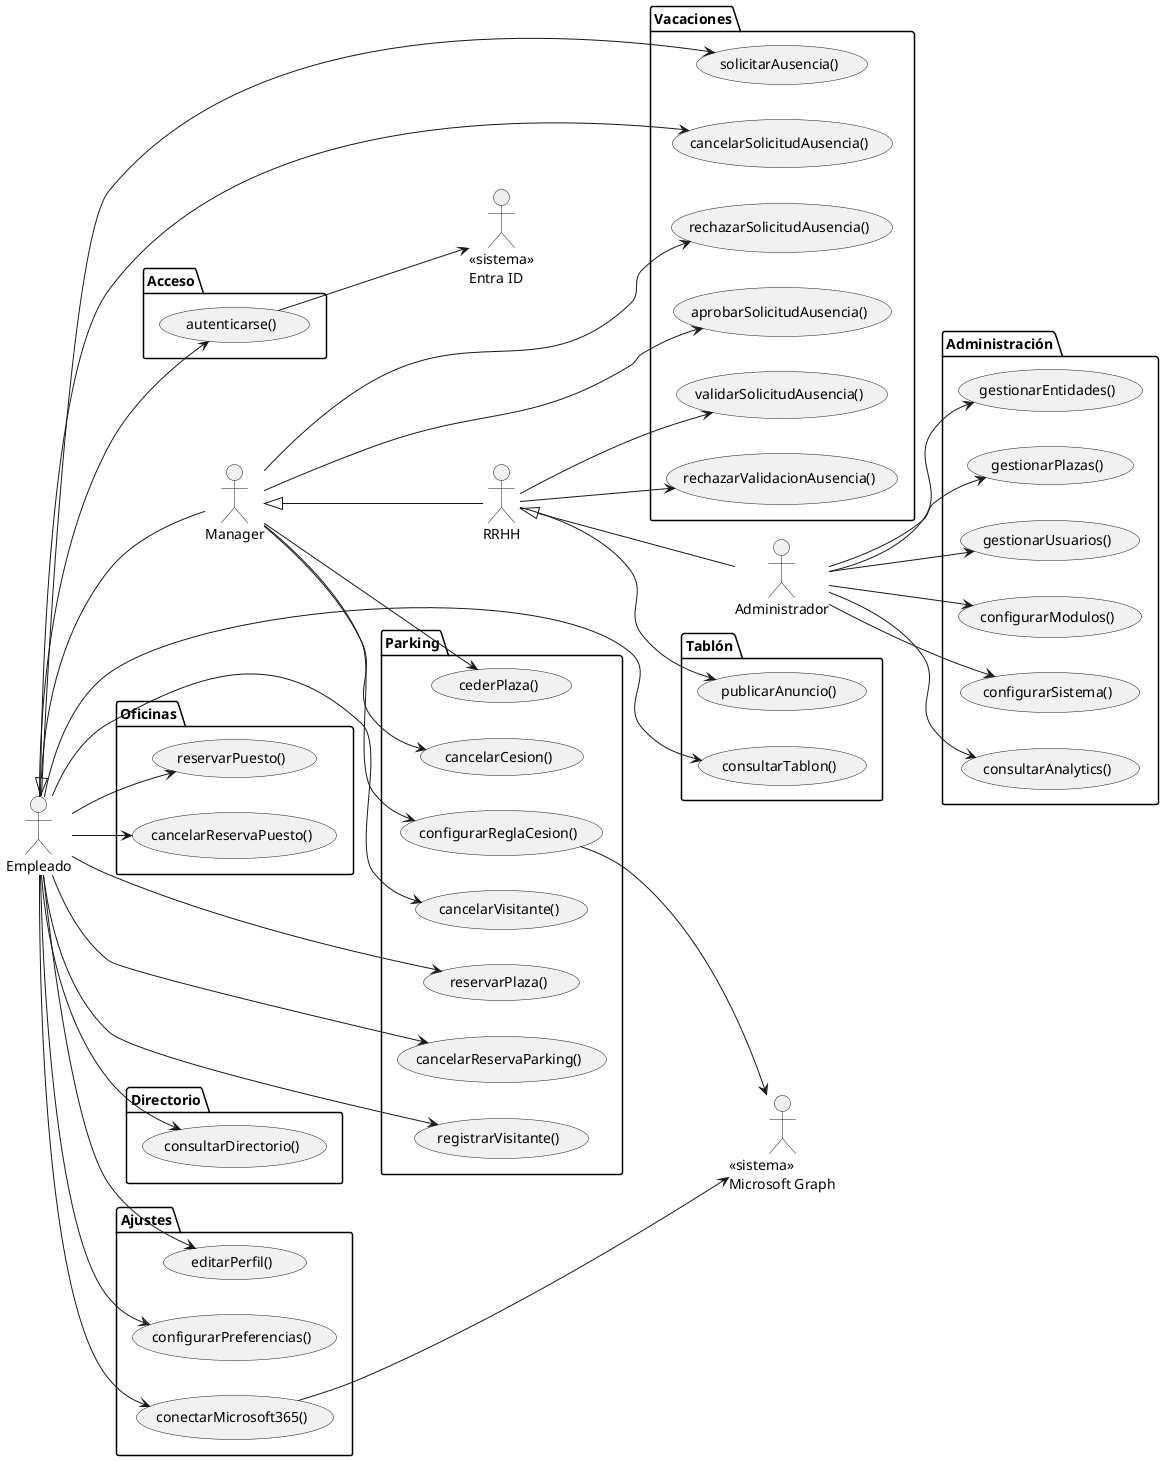
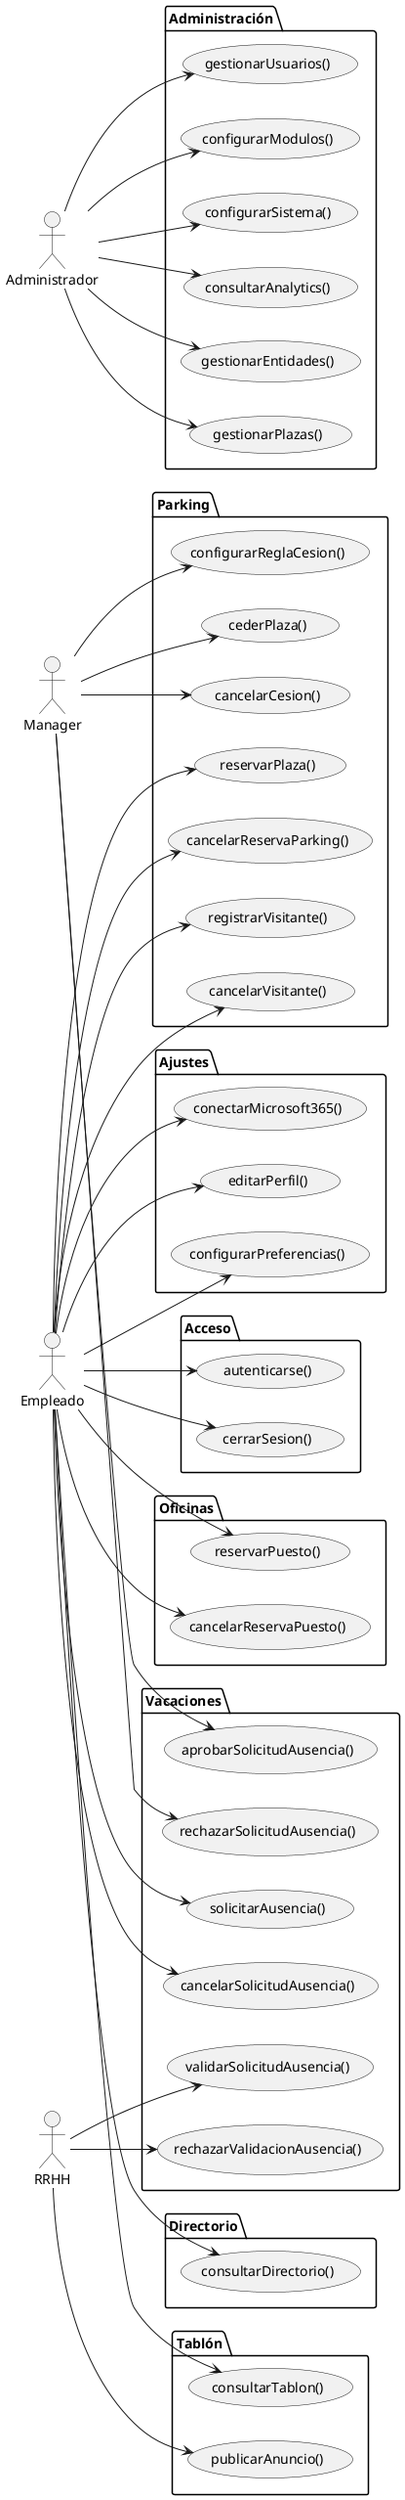
@startuml casosUso

left to right direction

actor "Empleado"      as empleado
actor "Manager"       as manager
actor "RRHH"          as rrhh
actor "Administrador" as admin

- actor "«sistema»\nEntra ID"           as entraID      #eeeeee
- actor "«sistema»\nMicrosoft Graph"    as msGraph      #eeeeee
- 
- empleado <|-- manager
- manager  <|-- rrhh
- rrhh     <|-- admin
- 
package "Acceso" {
  usecase "autenticarse()"           as UC_AUTH
+   usecase "cerrarSesion()"           as UC_LOGOUT
}

package "Parking" {
  usecase "reservarPlaza()"          as UC_RP
  usecase "cancelarReservaParking()" as UC_CRP
  usecase "registrarVisitante()"     as UC_RV
  usecase "cancelarVisitante()"      as UC_CV
  usecase "cederPlaza()"             as UC_CP
  usecase "cancelarCesion()"         as UC_CC
  usecase "configurarReglaCesion()"  as UC_CRC
}

package "Oficinas" {
  usecase "reservarPuesto()"         as UC_RPO
  usecase "cancelarReservaPuesto()"  as UC_CRPO
}

package "Vacaciones" {
  usecase "solicitarAusencia()"           as UC_SA
  usecase "cancelarSolicitudAusencia()"   as UC_CSA
  usecase "aprobarSolicitudAusencia()"    as UC_ASA
  usecase "rechazarSolicitudAusencia()"   as UC_RSA
  usecase "validarSolicitudAusencia()"    as UC_VSA
  usecase "rechazarValidacionAusencia()"  as UC_RVA
}

package "Tablón" {
  usecase "consultarTablon()"        as UC_CT
  usecase "publicarAnuncio()"        as UC_PA
}

package "Directorio" {
  usecase "consultarDirectorio()"    as UC_CD
}

package "Ajustes" {
  usecase "editarPerfil()"           as UC_EP
  usecase "configurarPreferencias()" as UC_CFP
  usecase "conectarMicrosoft365()"   as UC_CM
}

package "Administración" {
  usecase "gestionarEntidades()"     as UC_GE
  usecase "gestionarPlazas()"        as UC_GP
  usecase "gestionarUsuarios()"      as UC_GU
  usecase "configurarModulos()"      as UC_CMO
  usecase "configurarSistema()"      as UC_CS
  usecase "consultarAnalytics()"     as UC_CA
}

' ── Empleado ─────────────────────────────────────────────────────────────────

empleado --> UC_AUTH
+ empleado --> UC_LOGOUT
empleado --> UC_RP
empleado --> UC_CRP
empleado --> UC_RV
empleado --> UC_CV
empleado --> UC_RPO
empleado --> UC_CRPO
empleado --> UC_SA
empleado --> UC_CSA
empleado --> UC_CT
empleado --> UC_CD
empleado --> UC_EP
empleado --> UC_CFP
empleado --> UC_CM

' ── Manager ──────────────────────────────────────────────────────────────────

manager --> UC_CP
manager --> UC_CC
manager --> UC_CRC
manager --> UC_ASA
manager --> UC_RSA

' ── RRHH ─────────────────────────────────────────────────────────────────────

rrhh --> UC_VSA
rrhh --> UC_RVA
rrhh --> UC_PA

' ── Administrador ────────────────────────────────────────────────────────────

admin --> UC_GE
admin --> UC_GP
admin --> UC_GU
admin --> UC_CMO
admin --> UC_CS
admin --> UC_CA

- ' ── Actores sistema ──────────────────────────────────────────────────────────
- 
- UC_AUTH --> entraID
- UC_CM   --> msGraph
- UC_CRC  --> msGraph
- 
@enduml
